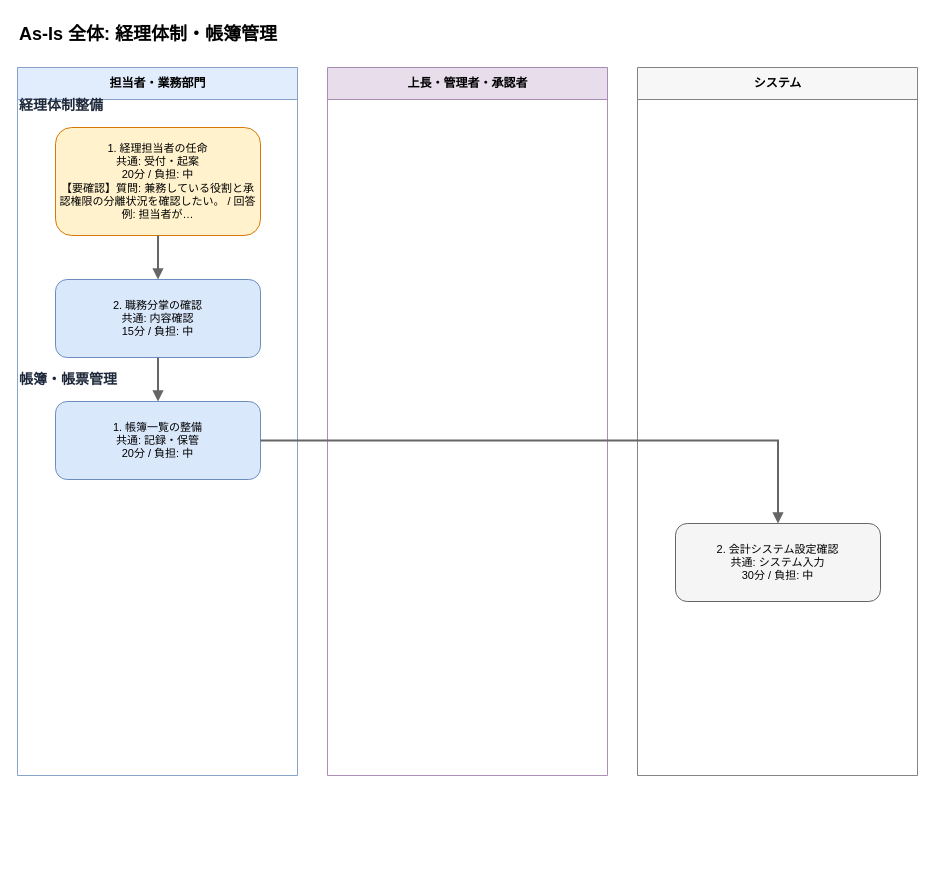
The draw.io diagram output/flows/asis_経理体制_帳簿管理_20260608.drawio in Toshiki811/ai-business-analysis-heatmap, before the edit. Source tidied: cells renumbered, new cells numbered last; positions are measured from the earlier drawing's top-left corner, leaving out a move shared by most shapes. Both pictures are drawn from the tidied source at 100%, with x=0, y=0 at pixel (17, 17).
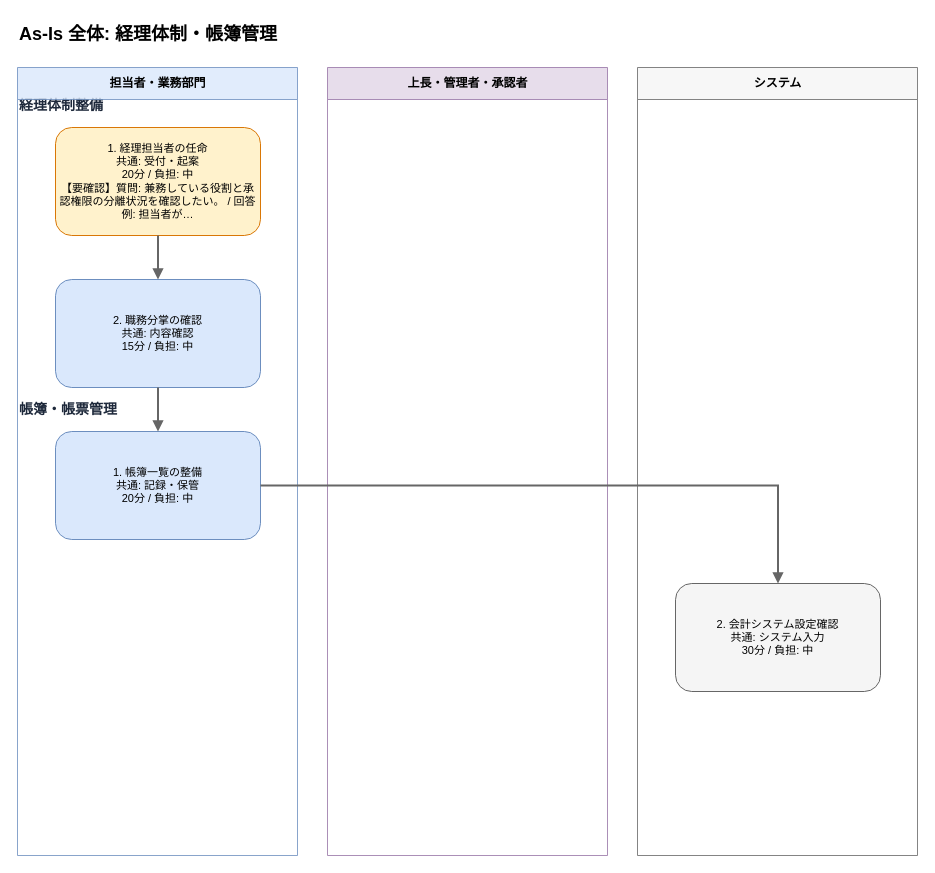
The same page after the edit.

Diff of the diagram source:
```diff
@@
 <mxGraphModel>
   <root>
     <mxCell id="0" />
     <mxCell id="1" parent="0" />
+    <mxCell id="6" value="経理体制整備" style="text;html=1;strokeColor=none;fillColor=none;align=left;verticalAlign=middle;whiteSpace=wrap;fontSize=14;fontStyle=1;fontColor=#1e293b;" parent="1" vertex="1">
+      <mxGeometry y="76" width="860" height="24" as="geometry" />
+    </mxCell>
+    <mxCell id="10" value="帳簿・帳票管理" style="text;html=1;strokeColor=none;fillColor=none;align=left;verticalAlign=middle;whiteSpace=wrap;fontSize=14;fontStyle=1;fontColor=#1e293b;" parent="1" vertex="1">
+      <mxGeometry y="380" width="860" height="24" as="geometry" />
+    </mxCell>
     <mxCell id="2" value="As-Is 全体: 経理体制・帳簿管理" style="text;html=1;strokeColor=none;fillColor=none;align=left;fontSize=18;fontStyle=1;" parent="1" vertex="1">
       <mxGeometry width="880" height="30" as="geometry" />
     </mxCell>
     <mxCell id="3" value="担当者・業務部門" style="swimlane;horizontal=1;startSize=32;html=1;fillColor=#dae8fc;strokeColor=#6c8ebf;fontSize=12;fontStyle=1;opacity=80;" parent="1" vertex="1">
-      <mxGeometry y="50" width="280" height="708" as="geometry" />
+      <mxGeometry y="50" width="280" height="788" as="geometry" />
     </mxCell>
     <mxCell id="4" value="上長・管理者・承認者" style="swimlane;horizontal=1;startSize=32;html=1;fillColor=#e1d5e7;strokeColor=#9673a6;fontSize=12;fontStyle=1;opacity=80;" parent="1" vertex="1">
-      <mxGeometry x="310" y="50" width="280" height="708" as="geometry" />
+      <mxGeometry x="310" y="50" width="280" height="788" as="geometry" />
     </mxCell>
     <mxCell id="5" value="システム" style="swimlane;horizontal=1;startSize=32;html=1;fillColor=#f5f5f5;strokeColor=#666666;fontSize=12;fontStyle=1;opacity=80;" parent="1" vertex="1">
-      <mxGeometry x="620" y="50" width="280" height="708" as="geometry" />
+      <mxGeometry x="620" y="50" width="280" height="788" as="geometry" />
     </mxCell>
-    <mxCell id="6" value="経理体制整備" style="text;html=1;strokeColor=none;fillColor=none;align=left;verticalAlign=middle;whiteSpace=wrap;fontSize=14;fontStyle=1;fontColor=#1e293b;" parent="1" vertex="1">
-      <mxGeometry y="76" width="860" height="24" as="geometry" />
-    </mxCell>
     <mxCell id="7" value="1. 経理担当者の任命&#10;共通: 受付・起案&#10;20分 / 負担: 中&#10;【要確認】質問: 兼務している役割と承認権限の分離状況を確認したい。 / 回答例: 担当者が…" style="rounded=1;whiteSpace=wrap;html=1;fillColor=#fff2cc;strokeColor=#d97706;strokeWidth=1;fontSize=11;fontColor=#000000;" parent="1" vertex="1">
       <mxGeometry x="38" y="110" width="205" height="108" as="geometry" />
     </mxCell>
     <mxCell id="8" value="2. 職務分掌の確認&#10;共通: 内容確認&#10;15分 / 負担: 中" style="rounded=1;whiteSpace=wrap;html=1;fillColor=#dae8fc;strokeColor=#6c8ebf;strokeWidth=1;fontSize=11;fontColor=#000000;" parent="1" vertex="1">
-      <mxGeometry x="38" y="262" width="205" height="78" as="geometry" />
+      <mxGeometry x="38" y="262" width="205" height="108" as="geometry" />
     </mxCell>
+    <mxCell id="11" value="1. 帳簿一覧の整備&#10;共通: 記録・保管&#10;20分 / 負担: 中" style="rounded=1;whiteSpace=wrap;html=1;fillColor=#dae8fc;strokeColor=#6c8ebf;strokeWidth=1;fontSize=11;fontColor=#000000;" parent="1" vertex="1">
+      <mxGeometry x="38" y="414" width="205" height="108" as="geometry" />
+    </mxCell>
+    <mxCell id="13" value="2. 会計システム設定確認&#10;共通: システム入力&#10;30分 / 負担: 中" style="rounded=1;whiteSpace=wrap;html=1;fillColor=#f5f5f5;strokeColor=#666666;strokeWidth=1;fontSize=11;fontColor=#000000;" parent="1" vertex="1">
+      <mxGeometry x="658" y="566" width="205" height="108" as="geometry" />
+    </mxCell>
-    <mxCell id="9" style="edgeStyle=orthogonalEdgeStyle;rounded=0;html=1;strokeColor=#666666;strokeWidth=2;endArrow=block;endFill=1;" parent="1" edge="1" source="7" target="8">
+    <mxCell id="9" style="edgeStyle=orthogonalEdgeStyle;rounded=0;html=1;strokeColor=#666666;strokeWidth=2;endArrow=block;endFill=1;fontSize=11;fontColor=#1f2937;" parent="1" edge="1" source="7" target="8">
       <mxGeometry relative="1" as="geometry" />
     </mxCell>
-    <mxCell id="10" value="帳簿・帳票管理" style="text;html=1;strokeColor=none;fillColor=none;align=left;verticalAlign=middle;whiteSpace=wrap;fontSize=14;fontStyle=1;fontColor=#1e293b;" parent="1" vertex="1">
-      <mxGeometry y="350" width="860" height="24" as="geometry" />
-    </mxCell>
-    <mxCell id="11" value="1. 帳簿一覧の整備&#10;共通: 記録・保管&#10;20分 / 負担: 中" style="rounded=1;whiteSpace=wrap;html=1;fillColor=#dae8fc;strokeColor=#6c8ebf;strokeWidth=1;fontSize=11;fontColor=#000000;" parent="1" vertex="1">
-      <mxGeometry x="38" y="384" width="205" height="78" as="geometry" />
-    </mxCell>
-    <mxCell id="12" style="edgeStyle=orthogonalEdgeStyle;rounded=0;html=1;strokeColor=#666666;strokeWidth=2;endArrow=block;endFill=1;" parent="1" edge="1" source="8" target="11">
+    <mxCell id="12" style="edgeStyle=orthogonalEdgeStyle;rounded=0;html=1;strokeColor=#666666;strokeWidth=2;endArrow=block;endFill=1;fontSize=11;fontColor=#1f2937;" parent="1" edge="1" source="8" target="11">
       <mxGeometry relative="1" as="geometry" />
     </mxCell>
-    <mxCell id="13" value="2. 会計システム設定確認&#10;共通: システム入力&#10;30分 / 負担: 中" style="rounded=1;whiteSpace=wrap;html=1;fillColor=#f5f5f5;strokeColor=#666666;strokeWidth=1;fontSize=11;fontColor=#000000;" parent="1" vertex="1">
-      <mxGeometry x="658" y="506" width="205" height="78" as="geometry" />
-    </mxCell>
-    <mxCell id="14" style="edgeStyle=orthogonalEdgeStyle;rounded=0;html=1;strokeColor=#666666;strokeWidth=2;endArrow=block;endFill=1;" parent="1" edge="1" source="11" target="13">
+    <mxCell id="14" style="edgeStyle=orthogonalEdgeStyle;rounded=0;html=1;strokeColor=#666666;strokeWidth=2;endArrow=block;endFill=1;fontSize=11;fontColor=#1f2937;" parent="1" edge="1" source="11" target="13">
       <mxGeometry relative="1" as="geometry" />
     </mxCell>
   </root>
 </mxGraphModel>
```
